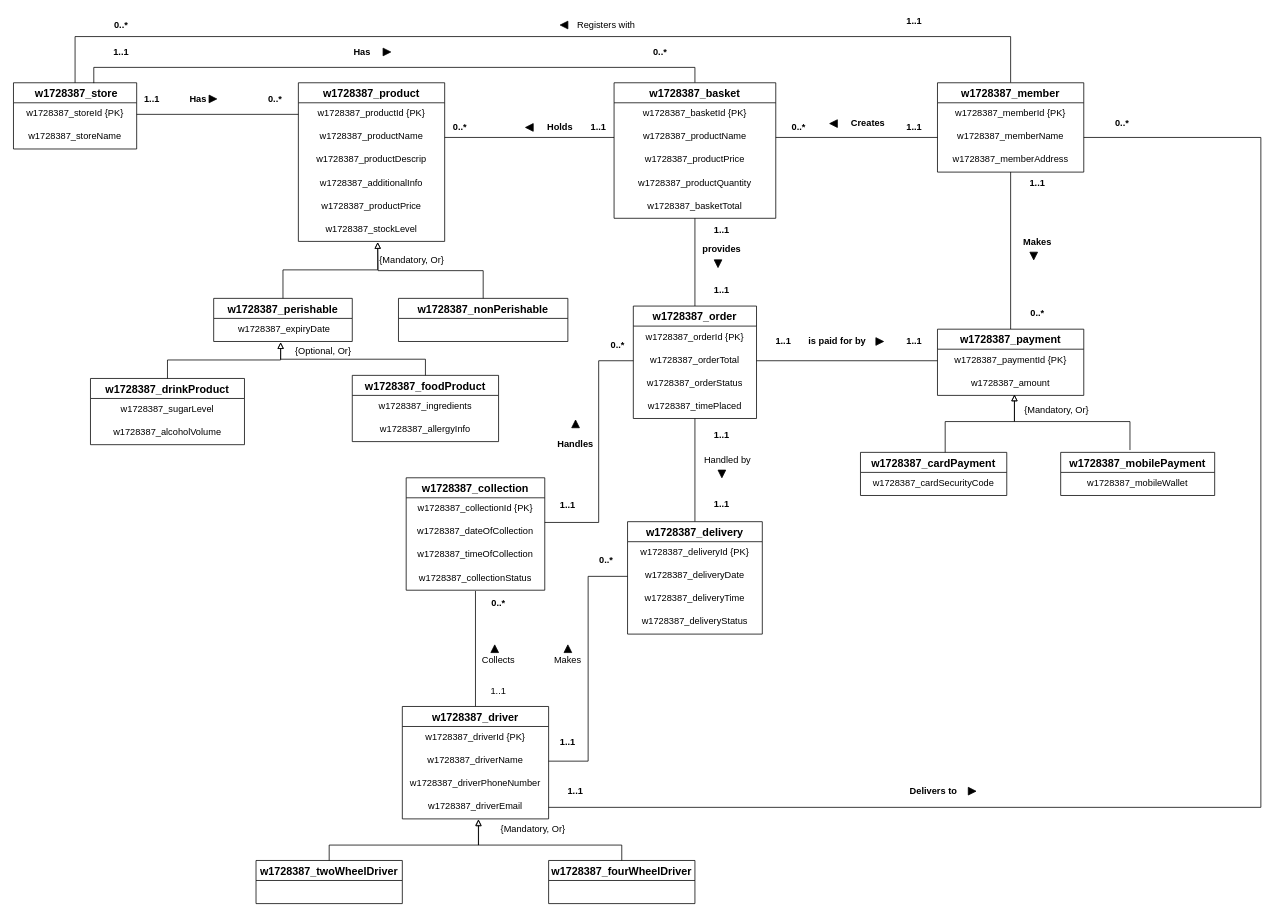
rezaul-khan/foodtooyoo-db keeps this draw.io diagram as Untitled Diagram.drawio. Above is the earlier version. Source tidied: cells renumbered, new cells numbered last; positions are measured from the earlier drawing's top-left corner, leaving out a move shared by most shapes. Both pictures are drawn from the tidied source at 77%, with x=0, y=0 at pixel (13, 13).
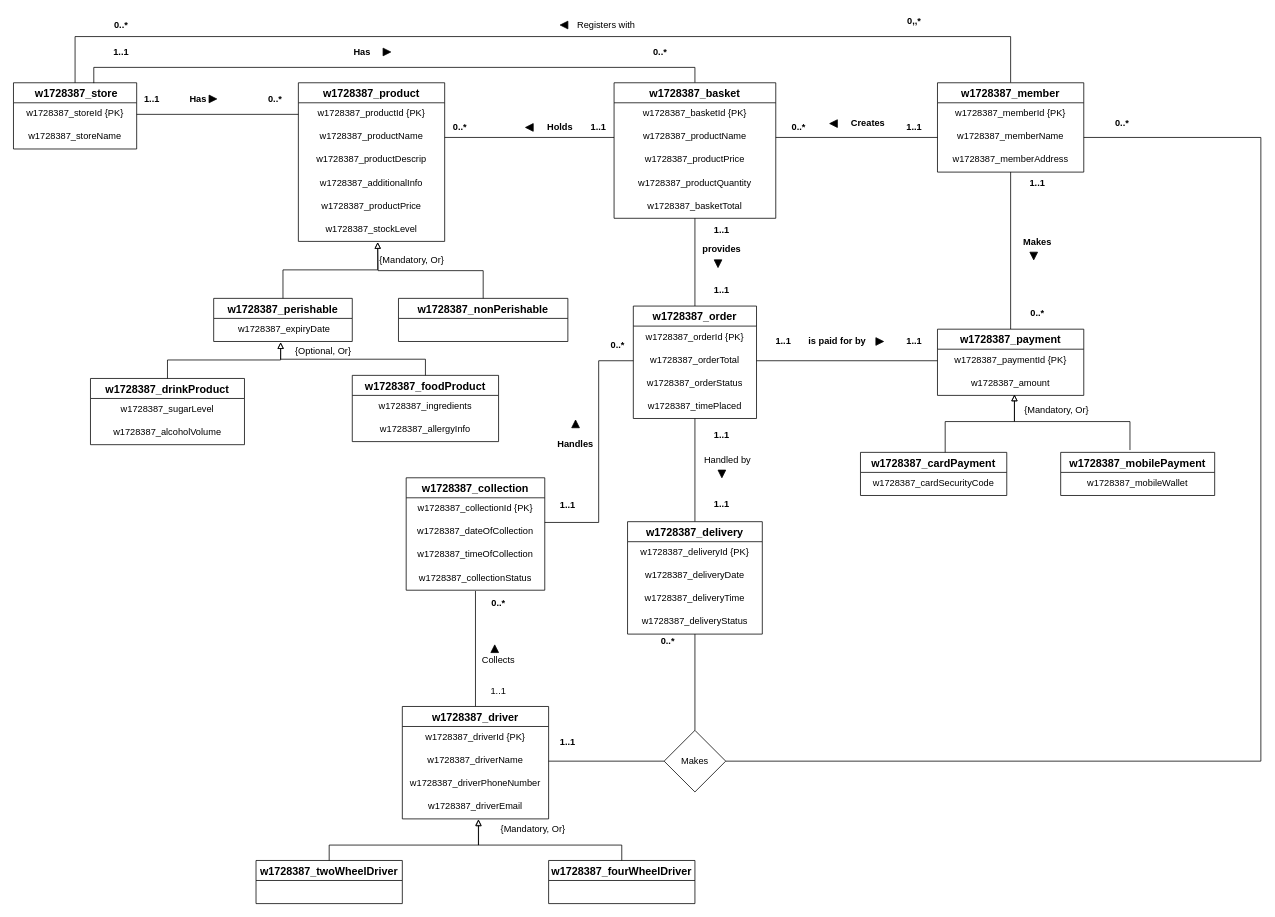
The same page after the edit.

Commit message:
introduced a complex relationship

The change refers to these unchanged cells:
```xml
<mxCell id="8" value="w1728387_memberName" style="text;strokeColor=none;fillColor=none;spacingLeft=4;spacingRight=4;overflow=hidden;points=[[0,0.5],[1,0.5]];portConstraint=eastwest;fontSize=12;align=center;" parent="6" vertex="1">
  <mxGeometry y="56" width="190" height="30" as="geometry" />
</mxCell>
<mxCell id="31" value="w1728387_driverName" style="text;strokeColor=none;fillColor=none;spacingLeft=4;spacingRight=4;overflow=hidden;points=[[0,0.5],[1,0.5]];portConstraint=eastwest;fontSize=12;align=center;" parent="29" vertex="1">
  <mxGeometry y="56" width="190" height="30" as="geometry" />
</mxCell>
<mxCell id="33" value="w1728387_driverEmail" style="text;strokeColor=none;fillColor=none;spacingLeft=4;spacingRight=4;overflow=hidden;points=[[0,0.5],[1,0.5]];portConstraint=eastwest;fontSize=12;align=center;" parent="29" vertex="1">
  <mxGeometry y="116" width="190" height="30" as="geometry" />
</mxCell>
<mxCell id="55" value="w1728387_delivery" style="swimlane;fontStyle=1;horizontal=1;startSize=26;align=center;fontSize=14;" parent="1" vertex="1">
  <mxGeometry x="797.5" y="660" width="175" height="146" as="geometry" />
</mxCell>
<mxCell id="57" value="w1728387_deliveryDate" style="text;strokeColor=none;fillColor=none;spacingLeft=4;spacingRight=4;overflow=hidden;points=[[0,0.5],[1,0.5]];portConstraint=eastwest;fontSize=12;align=center;" parent="55" vertex="1">
  <mxGeometry y="56" width="175" height="30" as="geometry" />
</mxCell>
```

Change to the diagram source:
```diff
@@
+    <mxCell id="141" style="edgeStyle=orthogonalEdgeStyle;rounded=0;jettySize=auto;html=1;entryX=0.5;entryY=0;entryDx=0;entryDy=0;endArrow=none;endFill=0;" parent="1" edge="1" source="55" target="128">
+      <mxGeometry relative="1" as="geometry" />
+    </mxCell>
@@
-    <mxCell id="101" value="&lt;b&gt;1..1&lt;/b&gt;" style="text;html=1;strokeColor=none;fillColor=none;align=center;verticalAlign=middle;whiteSpace=wrap;rounded=0;" parent="1" vertex="1">
+    <mxCell id="101" value="&lt;b&gt;0,,*&lt;/b&gt;" style="text;html=1;strokeColor=none;fillColor=none;align=center;verticalAlign=middle;whiteSpace=wrap;rounded=0;" parent="1" vertex="1">
       <mxGeometry x="1150" width="40" height="20" as="geometry" />
     </mxCell>
@@
-    <mxCell id="125" style="edgeStyle=orthogonalEdgeStyle;rounded=0;jettySize=auto;html=1;entryX=0;entryY=0.5;entryDx=0;entryDy=0;endArrow=none;endFill=0;" parent="1" edge="1" source="31" target="57">
+    <mxCell id="125" style="edgeStyle=orthogonalEdgeStyle;rounded=0;jettySize=auto;html=1;entryX=0;entryY=0.5;entryDx=0;entryDy=0;endArrow=none;endFill=0;" parent="1" edge="1" source="31" target="128">
       <mxGeometry relative="1" as="geometry" />
     </mxCell>
@@
     <mxCell id="127" value="&lt;b&gt;0..*&lt;/b&gt;" style="text;html=1;strokeColor=none;fillColor=none;align=center;verticalAlign=middle;whiteSpace=wrap;rounded=0;" parent="1" vertex="1">
-      <mxGeometry x="750" y="700" width="40" height="20" as="geometry" />
+      <mxGeometry x="830" y="806" width="40" height="20" as="geometry" />
     </mxCell>
-    <mxCell id="128" value="Makes" style="text;html=1;strokeColor=none;fillColor=none;align=center;verticalAlign=middle;whiteSpace=wrap;rounded=0;" parent="1" vertex="1">
-      <mxGeometry x="700" y="830" width="40" height="20" as="geometry" />
-    </mxCell>
-    <mxCell id="129" style="triangle;whiteSpace=wrap;html=1;direction=south;fillColor=#000000;rotation=-180;" parent="1" vertex="1">
-      <mxGeometry x="715" y="820" width="10" height="10" as="geometry" />
-    </mxCell>
@@
-    <mxCell id="136" style="edgeStyle=orthogonalEdgeStyle;rounded=0;jettySize=auto;html=1;entryX=1;entryY=0.5;entryDx=0;entryDy=0;endArrow=none;endFill=0;" parent="1" edge="1" source="33" target="8">
+    <mxCell id="136" style="edgeStyle=orthogonalEdgeStyle;rounded=0;jettySize=auto;html=1;entryX=1;entryY=0.5;entryDx=0;entryDy=0;endArrow=none;endFill=0;exitX=1;exitY=0.5;exitDx=0;exitDy=0;" parent="1" edge="1" source="128" target="8">
       <mxGeometry relative="1" as="geometry">
         <Array as="points">
-          <mxPoint x="1620" y="1031" />
+          <mxPoint x="1620" y="971" />
           <mxPoint x="1620" y="161" />
         </Array>
       </mxGeometry>
     </mxCell>
@@
-    <mxCell id="138" value="&lt;b&gt;1..1&lt;/b&gt;" style="text;html=1;strokeColor=none;fillColor=none;align=center;verticalAlign=middle;whiteSpace=wrap;rounded=0;" parent="1" vertex="1">
-      <mxGeometry x="710" y="1000" width="40" height="20" as="geometry" />
-    </mxCell>
-    <mxCell id="139" value="Delivers to" style="text;html=1;strokeColor=none;fillColor=none;align=center;verticalAlign=middle;whiteSpace=wrap;rounded=0;fontStyle=1;" parent="1" vertex="1">
-      <mxGeometry x="1150" y="1000" width="90" height="20" as="geometry" />
-    </mxCell>
-    <mxCell id="140" style="triangle;whiteSpace=wrap;html=1;direction=south;fillColor=#000000;rotation=-90;" parent="1" vertex="1">
-      <mxGeometry x="1240" y="1005" width="10" height="10" as="geometry" />
-    </mxCell>
+    <mxCell id="128" value="Makes" style="rhombus;whiteSpace=wrap;html=1;" parent="1" vertex="1">
+      <mxGeometry x="845" y="931" width="80" height="80" as="geometry" />
+    </mxCell>
```
